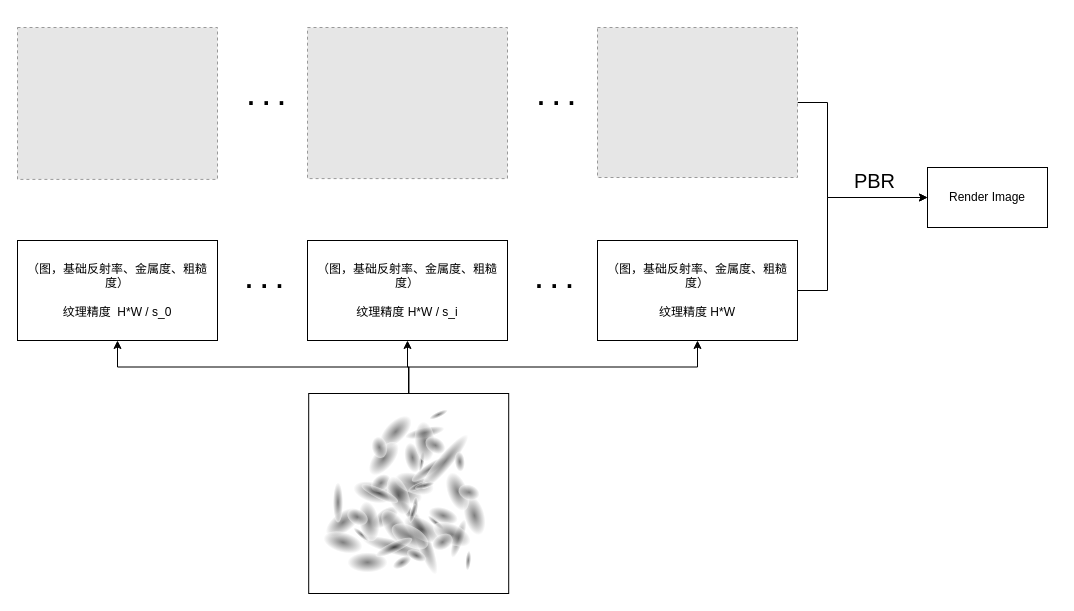
The draw.io diagram mid-term/预训练环境纹理与渐进式训练.drawio in thEu-suisei/draw_io, before the edit. Source tidied: cells renumbered, new cells numbered last; positions are measured from the earlier drawing's top-left corner, leaving out a move shared by most shapes. Both pictures are drawn from the tidied source at 100%, with x=0, y=0 at pixel (17, 27). Pictures stored in the file or linked from it are replaced by grey dashed boxes.
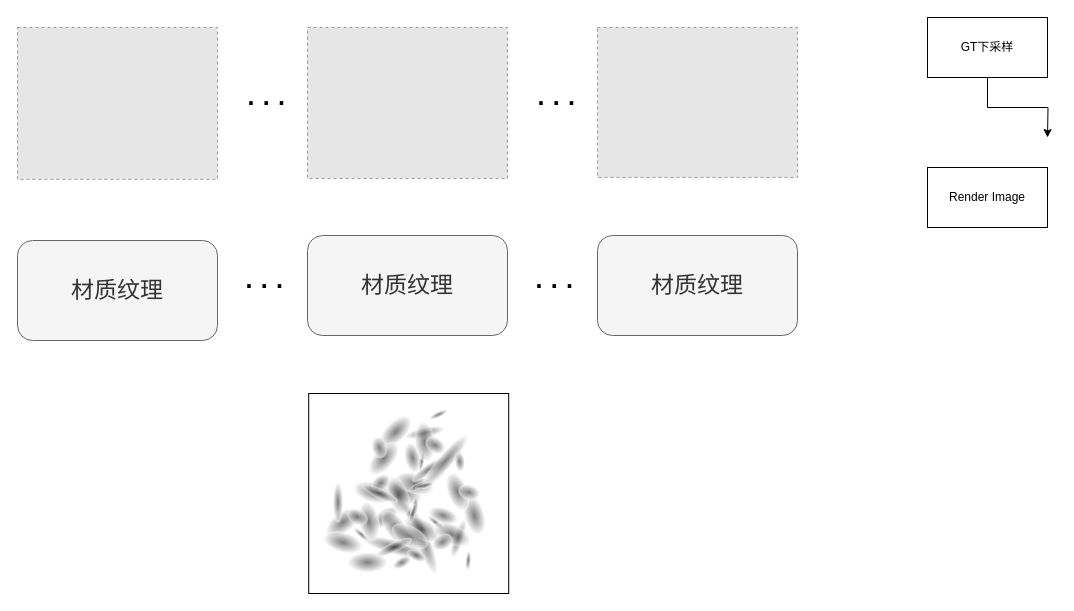
After the change.

Commit message (it also covers changes not shown here):
更新预训练环境纹理与渐进式训练.drawio

Unchanged cells that the change refers to:
```xml
<mxCell id="5" style="whiteSpace=wrap;html=1;" parent="1" vertex="1">
  <mxGeometry x="291.2" y="366" width="200" height="200" as="geometry" />
</mxCell>
<mxCell id="9" style="fillColor=#E6E6E6;strokeColor=#999999;dashed=1;verticalLabelPosition=bottom;labelBackgroundColor=default;verticalAlign=top;" parent="1" vertex="1">
  <mxGeometry x="580" width="200" height="150" as="geometry" />
</mxCell>
<mxCell id="67" value="Render Image" style="whiteSpace=wrap;html=1;" parent="1" vertex="1">
  <mxGeometry x="910" y="140" width="120" height="60" as="geometry" />
</mxCell>
```

What changed in the source:
```diff
@@
-    <mxCell id="2" style="edgeStyle=orthogonalEdgeStyle;rounded=0;jettySize=auto;html=1;exitX=0.5;exitY=0;exitDx=0;exitDy=0;entryX=0.5;entryY=1;entryDx=0;entryDy=0;" parent="1" edge="1" source="5" target="60">
-      <mxGeometry relative="1" as="geometry" />
-    </mxCell>
-    <mxCell id="3" style="edgeStyle=orthogonalEdgeStyle;rounded=0;jettySize=auto;html=1;exitX=0.5;exitY=0;exitDx=0;exitDy=0;entryX=0.5;entryY=1;entryDx=0;entryDy=0;" parent="1" edge="1" source="5" target="61">
-      <mxGeometry relative="1" as="geometry" />
-    </mxCell>
-    <mxCell id="4" style="edgeStyle=orthogonalEdgeStyle;rounded=0;jettySize=auto;html=1;exitX=0.5;exitY=0;exitDx=0;exitDy=0;entryX=0.5;entryY=1;entryDx=0;entryDy=0;" parent="1" edge="1" source="5" target="64">
-      <mxGeometry relative="1" as="geometry" />
-    </mxCell>
@@
-    <mxCell id="8" style="edgeStyle=orthogonalEdgeStyle;rounded=0;jettySize=auto;html=1;entryX=0;entryY=0.5;entryDx=0;entryDy=0;" parent="1" edge="1" source="9" target="67">
-      <mxGeometry relative="1" as="geometry">
-        <Array as="points">
-          <mxPoint x="810" y="75" />
-          <mxPoint x="810" y="170" />
-        </Array>
-      </mxGeometry>
-    </mxCell>
@@
-    <mxCell id="60" value="（图，基础反射率、金属度、粗糙度）&lt;div&gt;&lt;br&gt;&lt;/div&gt;&lt;div&gt;纹理精度&amp;nbsp;&lt;span style=&quot;background-color: transparent; color: light-dark(rgb(0, 0, 0), rgb(255, 255, 255));&quot;&gt;&amp;nbsp;H*W / s_0&lt;/span&gt;&lt;/div&gt;" style="whiteSpace=wrap;html=1;" parent="1" vertex="1">
+    <mxCell id="60" value="&lt;font style=&quot;font-size: 23px;&quot;&gt;材质纹理&lt;/font&gt;" style="whiteSpace=wrap;html=1;fillColor=#f5f5f5;fontColor=#333333;strokeColor=#666666;rounded=1;" parent="1" vertex="1">
       <mxGeometry y="213" width="200" height="100" as="geometry" />
     </mxCell>
-    <mxCell id="61" value="（图，基础反射率、金属度、粗糙度）&lt;div&gt;&lt;br&gt;&lt;/div&gt;&lt;div&gt;纹理精度&lt;span style=&quot;background-color: transparent; color: light-dark(rgb(0, 0, 0), rgb(255, 255, 255));&quot;&gt;&amp;nbsp;H*W / s_i&lt;/span&gt;&lt;/div&gt;" style="whiteSpace=wrap;html=1;" parent="1" vertex="1">
-      <mxGeometry x="290" y="213" width="200" height="100" as="geometry" />
-    </mxCell>
-    <mxCell id="62" style="edgeStyle=orthogonalEdgeStyle;rounded=0;jettySize=auto;html=1;entryX=0;entryY=0.5;entryDx=0;entryDy=0;" parent="1" edge="1" source="64" target="67">
-      <mxGeometry relative="1" as="geometry">
-        <Array as="points">
-          <mxPoint x="810" y="263" />
-          <mxPoint x="810" y="170" />
-        </Array>
-      </mxGeometry>
-    </mxCell>
-    <mxCell id="63" value="PBR" style="edgeLabel;html=1;align=center;verticalAlign=middle;fontSize=20;" parent="62" vertex="1">
-      <mxGeometry x="0.52" y="4" relative="1" as="geometry">
-        <mxPoint y="-14" as="offset" />
-      </mxGeometry>
-    </mxCell>
-    <mxCell id="64" value="（图，基础反射率、金属度、粗糙度）&lt;div&gt;&lt;br&gt;&lt;/div&gt;&lt;div&gt;纹理精度 H*W&lt;/div&gt;" style="whiteSpace=wrap;html=1;" parent="1" vertex="1">
-      <mxGeometry x="580" y="213" width="200" height="100" as="geometry" />
-    </mxCell>
@@
+    <mxCell id="68" style="edgeStyle=orthogonalEdgeStyle;rounded=0;jettySize=auto;html=1;exitX=0.5;exitY=1;exitDx=0;exitDy=0;" parent="1" edge="1" source="69">
+      <mxGeometry relative="1" as="geometry">
+        <mxPoint x="1030" y="110" as="targetPoint" />
+      </mxGeometry>
+    </mxCell>
+    <mxCell id="69" value="GT下采样" style="whiteSpace=wrap;html=1;" parent="1" vertex="1">
+      <mxGeometry x="910" y="-10" width="120" height="60" as="geometry" />
+    </mxCell>
+    <mxCell id="70" value="&lt;font style=&quot;font-size: 23px;&quot;&gt;材质纹理&lt;/font&gt;" style="whiteSpace=wrap;html=1;fillColor=#f5f5f5;fontColor=#333333;strokeColor=#666666;rounded=1;" parent="1" vertex="1">
+      <mxGeometry x="290" y="208" width="200" height="100" as="geometry" />
+    </mxCell>
+    <mxCell id="71" value="&lt;font style=&quot;font-size: 23px;&quot;&gt;材质纹理&lt;/font&gt;" style="whiteSpace=wrap;html=1;fillColor=#f5f5f5;fontColor=#333333;strokeColor=#666666;rounded=1;" parent="1" vertex="1">
+      <mxGeometry x="580" y="208" width="200" height="100" as="geometry" />
+    </mxCell>
```
